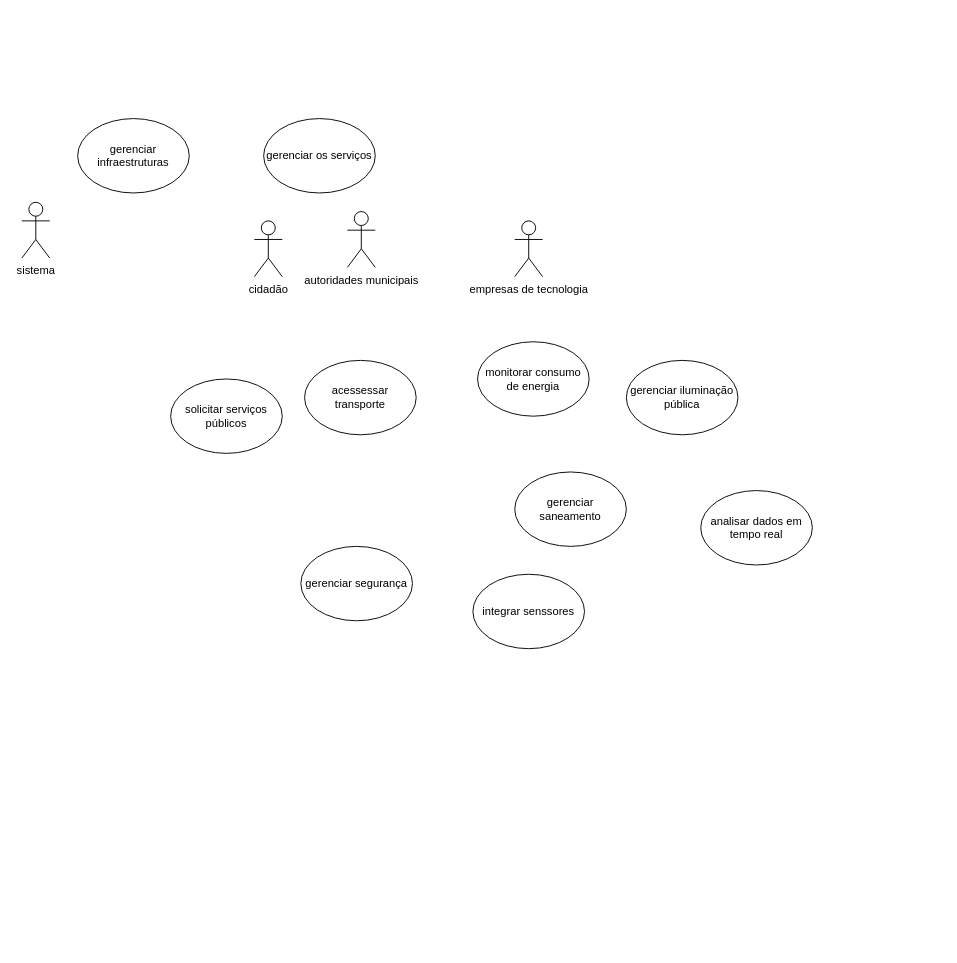
Brandaoc/sistema_de_farmacia keeps this draw.io diagram as page "Página-11" (11 of 12) of academia.drawio. Above is the earlier version. Source tidied: cells renumbered, new cells numbered last; positions are measured from the earlier drawing's top-left corner, leaving out a move shared by most shapes. Both pictures are drawn from the tidied source at 93%, with x=0, y=0 at pixel (21, 118).
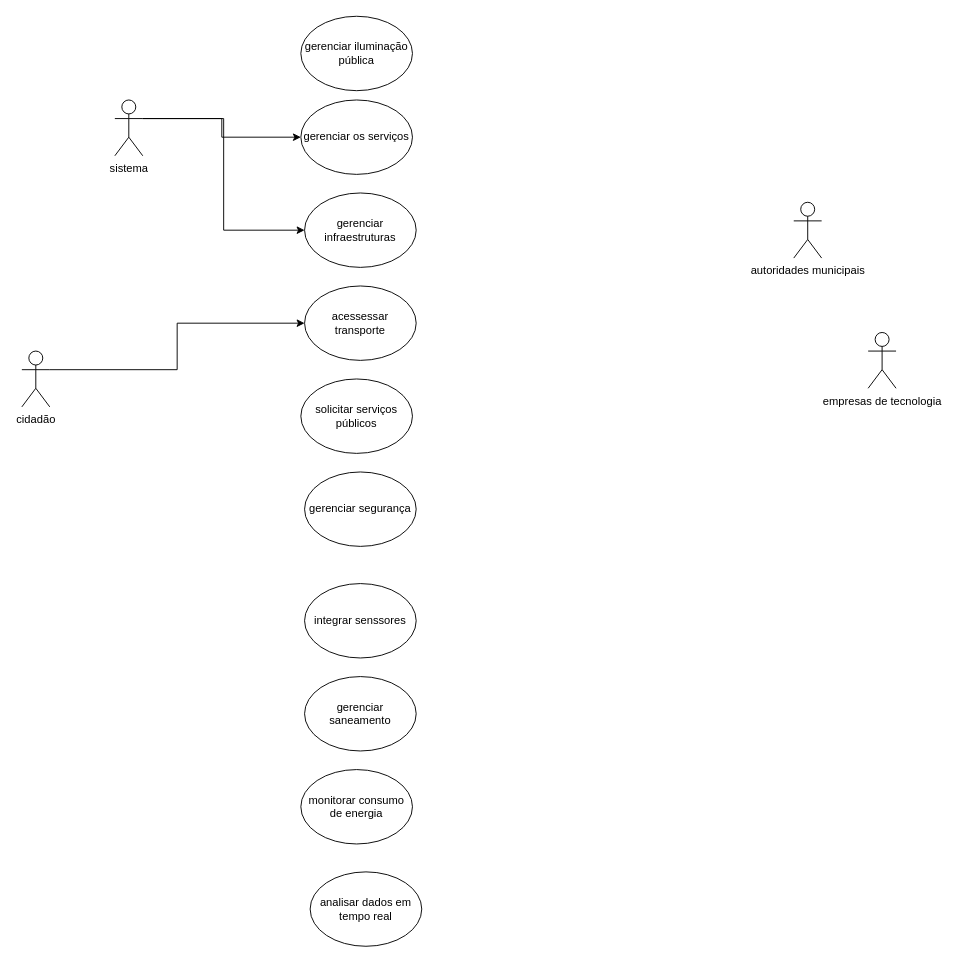
The same diagram, later.

Change to the diagram source:
```diff
@@
 <mxGraphModel>
   <root>
     <mxCell id="0" />
     <mxCell id="1" parent="0" />
     <mxCell id="2" value="empresas de tecnologia" style="shape=umlActor;verticalLabelPosition=bottom;verticalAlign=top;html=1;" parent="1" vertex="1">
-      <mxGeometry x="530" y="110" width="30" height="60" as="geometry" />
+      <mxGeometry x="910" y="230" width="30" height="60" as="geometry" />
     </mxCell>
     <mxCell id="3" value="autoridades municipais" style="shape=umlActor;verticalLabelPosition=bottom;verticalAlign=top;html=1;" parent="1" vertex="1">
-      <mxGeometry x="350" y="100" width="30" height="60" as="geometry" />
+      <mxGeometry x="830" y="90" width="30" height="60" as="geometry" />
     </mxCell>
+    <mxCell id="16" style="edgeStyle=orthogonalEdgeStyle;rounded=0;jettySize=auto;html=1;exitX=1;exitY=0.3333333333333333;exitDx=0;exitDy=0;exitPerimeter=0;entryX=0;entryY=0.5;entryDx=0;entryDy=0;" parent="1" edge="1" source="4" target="6">
+      <mxGeometry relative="1" as="geometry" />
+    </mxCell>
     <mxCell id="4" value="cidadão" style="shape=umlActor;verticalLabelPosition=bottom;verticalAlign=top;html=1;outlineConnect=0;" parent="1" vertex="1">
-      <mxGeometry x="250" y="110" width="30" height="60" as="geometry" />
+      <mxGeometry y="250" width="30" height="60" as="geometry" />
     </mxCell>
+    <mxCell id="17" style="edgeStyle=orthogonalEdgeStyle;rounded=0;jettySize=auto;html=1;exitX=1;exitY=0.3333333333333333;exitDx=0;exitDy=0;exitPerimeter=0;entryX=0;entryY=0.5;entryDx=0;entryDy=0;" parent="1" edge="1" source="5" target="15">
+      <mxGeometry relative="1" as="geometry" />
+    </mxCell>
+    <mxCell id="18" style="edgeStyle=orthogonalEdgeStyle;rounded=0;jettySize=auto;html=1;exitX=1;exitY=0.3333333333333333;exitDx=0;exitDy=0;exitPerimeter=0;entryX=0;entryY=0.5;entryDx=0;entryDy=0;" parent="1" edge="1" source="5" target="14">
+      <mxGeometry relative="1" as="geometry" />
+    </mxCell>
     <mxCell id="5" value="sistema" style="shape=umlActor;verticalLabelPosition=bottom;verticalAlign=top;html=1;outlineConnect=0;" parent="1" vertex="1">
-      <mxGeometry y="90" width="30" height="60" as="geometry" />
+      <mxGeometry x="100" y="-20" width="30" height="60" as="geometry" />
     </mxCell>
     <mxCell id="6" value="acessessar transporte" style="ellipse;whiteSpace=wrap;html=1;" parent="1" vertex="1">
-      <mxGeometry x="304" y="260" width="120" height="80" as="geometry" />
+      <mxGeometry x="304" y="180" width="120" height="80" as="geometry" />
     </mxCell>
     <mxCell id="7" value="gerenciar saneamento" style="ellipse;whiteSpace=wrap;html=1;" parent="1" vertex="1">
-      <mxGeometry x="530" y="380" width="120" height="80" as="geometry" />
+      <mxGeometry x="304" y="600" width="120" height="80" as="geometry" />
     </mxCell>
     <mxCell id="8" value="analisar dados em tempo real" style="ellipse;whiteSpace=wrap;html=1;" parent="1" vertex="1">
-      <mxGeometry x="730" y="400" width="120" height="80" as="geometry" />
+      <mxGeometry x="310" y="810" width="120" height="80" as="geometry" />
     </mxCell>
     <mxCell id="9" value="monitorar consumo de energia" style="ellipse;whiteSpace=wrap;html=1;" parent="1" vertex="1">
-      <mxGeometry x="490" y="240" width="120" height="80" as="geometry" />
+      <mxGeometry x="300" y="700" width="120" height="80" as="geometry" />
     </mxCell>
     <mxCell id="10" value="gerenciar iluminação pública" style="ellipse;whiteSpace=wrap;html=1;" parent="1" vertex="1">
-      <mxGeometry x="650" y="260" width="120" height="80" as="geometry" />
+      <mxGeometry x="300" y="-110" width="120" height="80" as="geometry" />
     </mxCell>
     <mxCell id="11" value="integrar senssores" style="ellipse;whiteSpace=wrap;html=1;" parent="1" vertex="1">
-      <mxGeometry x="485" y="490" width="120" height="80" as="geometry" />
+      <mxGeometry x="304" y="500" width="120" height="80" as="geometry" />
     </mxCell>
     <mxCell id="12" value="gerenciar segurança" style="ellipse;whiteSpace=wrap;html=1;" parent="1" vertex="1">
-      <mxGeometry x="300" y="460" width="120" height="80" as="geometry" />
+      <mxGeometry x="304" y="380" width="120" height="80" as="geometry" />
     </mxCell>
     <mxCell id="13" value="solicitar serviços públicos" style="ellipse;whiteSpace=wrap;html=1;" parent="1" vertex="1">
-      <mxGeometry x="160" y="280" width="120" height="80" as="geometry" />
+      <mxGeometry x="300" y="280" width="120" height="80" as="geometry" />
     </mxCell>
     <mxCell id="14" value="gerenciar infraestruturas" style="ellipse;whiteSpace=wrap;html=1;" parent="1" vertex="1">
-      <mxGeometry x="60" width="120" height="80" as="geometry" />
+      <mxGeometry x="304" y="80" width="120" height="80" as="geometry" />
     </mxCell>
     <mxCell id="15" value="gerenciar os serviços" style="ellipse;whiteSpace=wrap;html=1;" parent="1" vertex="1">
-      <mxGeometry x="260" width="120" height="80" as="geometry" />
+      <mxGeometry x="300" y="-20" width="120" height="80" as="geometry" />
     </mxCell>
   </root>
 </mxGraphModel>
```
